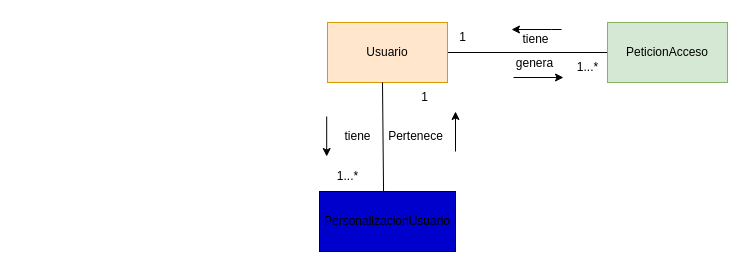
Migue1409-KP/DOO-working-group keeps this draw.io diagram as page "AnemicModelUsers" (10 of 13) of CoTasker_BoundedContext.drawio. Above is the earlier version. Source tidied: cells renumbered, new cells numbered last; positions are measured from the earlier drawing's top-left corner, leaving out a move shared by most shapes. Both pictures are drawn from the tidied source at 100%, with x=0, y=0 at pixel (319, 22).
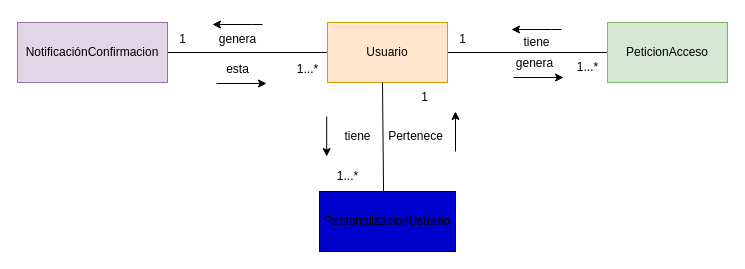
After the change.

Unchanged cells that the change refers to:
```xml
<mxCell id="3" value="Usuario" style="rounded=0;whiteSpace=wrap;html=1;fillColor=#ffe6cc;strokeColor=#d79b00;" parent="1" vertex="1">
  <mxGeometry x="8" width="120" height="60" as="geometry" />
</mxCell>
```

Change to the diagram source:
```diff
@@
+    <mxCell id="19" style="edgeStyle=orthogonalEdgeStyle;rounded=0;jettySize=auto;html=1;strokeWidth=1;endArrow=none;endFill=0;" parent="1" edge="1" source="3" target="20">
+      <mxGeometry relative="1" as="geometry" />
+    </mxCell>
@@
     <mxCell id="13" value="tiene&lt;br&gt;" style="text;html=1;align=center;verticalAlign=middle;strokeColor=none;fillColor=none;" parent="1" vertex="1">
-      <mxGeometry x="191.4" y="2" width="50" height="30" as="geometry" />
+      <mxGeometry x="192" y="5" width="50" height="30" as="geometry" />
     </mxCell>
@@
     <mxCell id="17" value="1" style="text;html=1;align=center;verticalAlign=middle;strokeColor=none;fillColor=none;" parent="1" vertex="1">
-      <mxGeometry x="128" width="30" height="30" as="geometry" />
+      <mxGeometry x="-152" y="2" width="30" height="30" as="geometry" />
     </mxCell>
@@
+    <mxCell id="20" value="NotificaciónConfirmacion" style="whiteSpace=wrap;html=1;fillColor=#e1d5e7;strokeColor=#9673a6;rounded=0;" parent="1" vertex="1">
+      <mxGeometry x="-302" width="150" height="60" as="geometry" />
+    </mxCell>
+    <mxCell id="21" value="genera" style="text;html=1;align=center;verticalAlign=middle;strokeColor=none;fillColor=none;" parent="1" vertex="1">
+      <mxGeometry x="-112" y="2" width="60" height="30" as="geometry" />
+    </mxCell>
+    <mxCell id="22" value="1" style="text;html=1;align=center;verticalAlign=middle;strokeColor=none;fillColor=none;" parent="1" vertex="1">
+      <mxGeometry x="128" y="2" width="30" height="30" as="geometry" />
+    </mxCell>
+    <mxCell id="23" style="endArrow=classic;html=1;rounded=0;" parent="1" edge="1">
+      <mxGeometry relative="1" as="geometry">
+        <mxPoint x="-57" y="2" as="sourcePoint" />
+        <mxPoint x="-107" y="2" as="targetPoint" />
+        <Array as="points">
+          <mxPoint x="-67" y="2" />
+        </Array>
+      </mxGeometry>
+    </mxCell>
+    <mxCell id="24" value="esta" style="text;html=1;align=center;verticalAlign=middle;strokeColor=none;fillColor=none;" parent="1" vertex="1">
+      <mxGeometry x="-107" y="32" width="50" height="30" as="geometry" />
+    </mxCell>
+    <mxCell id="25" style="endArrow=classic;html=1;rounded=0;" parent="1" edge="1">
+      <mxGeometry relative="1" as="geometry">
+        <mxPoint x="-103" y="61" as="sourcePoint" />
+        <mxPoint x="-53" y="61" as="targetPoint" />
+      </mxGeometry>
+    </mxCell>
+    <mxCell id="26" value="1...*" style="text;html=1;align=center;verticalAlign=middle;strokeColor=none;fillColor=none;" parent="1" vertex="1">
+      <mxGeometry x="-32" y="32" width="40" height="30" as="geometry" />
+    </mxCell>
```
